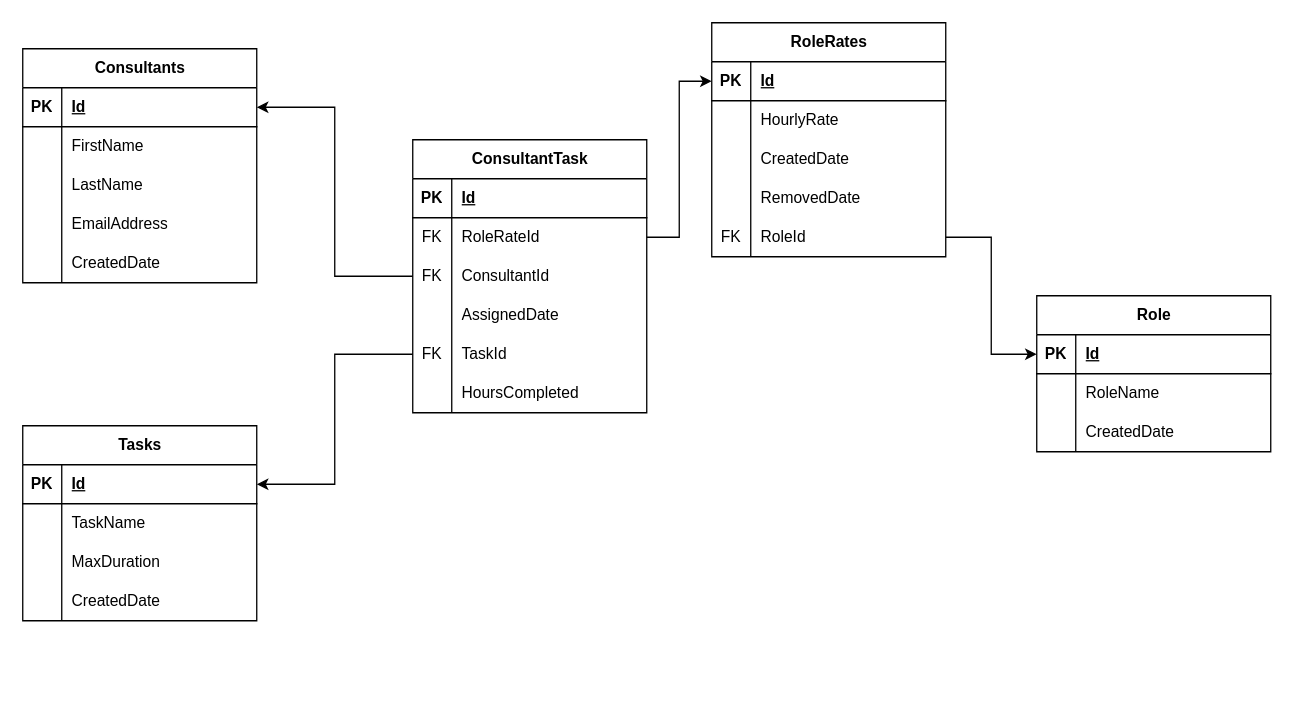
This is src/employee-management/Documentation/Database Schema.drawio from ovayomatiwane/employee-management-system, a draw.io file, before an edit. Source tidied: cells renumbered, new cells numbered last; positions are measured from the earlier drawing's top-left corner, leaving out a move shared by most shapes. Both pictures are drawn from the tidied source at 130%, with x=0, y=0 at pixel (22, 22).
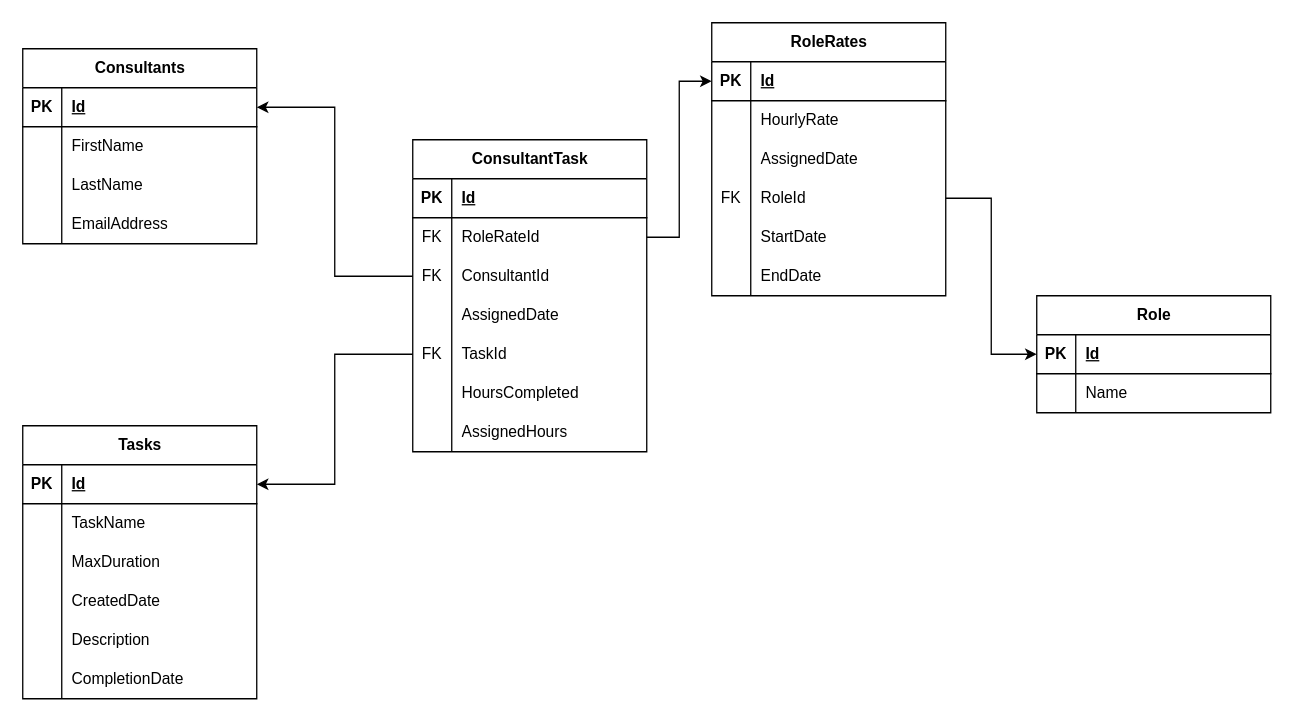
The same diagram, later.

Commit message:
Updated database schema

Unchanged cells that the change refers to:
```xml
<mxCell id="25" style="shape=tableRow;horizontal=0;startSize=0;swimlaneHead=0;swimlaneBody=0;fillColor=none;top=0;left=0;right=0;bottom=0;" parent="18" vertex="1">
  <mxGeometry y="90" width="180" height="30" as="geometry" />
</mxCell>
<mxCell id="73" style="shape=tableRow;horizontal=0;startSize=0;swimlaneHead=0;swimlaneBody=0;fillColor=none;top=0;left=0;right=0;bottom=0;" parent="69" vertex="1">
  <mxGeometry y="60" width="180" height="30" as="geometry" />
</mxCell>
```

The edit, as a diff of the source:
```diff
@@
     <mxCell id="2" value="Consultants" style="shape=table;startSize=30;childLayout=tableLayout;rowLines=0;fontStyle=1;align=center;html=1;" parent="1" vertex="1">
-      <mxGeometry y="20" width="180" height="180" as="geometry" />
+      <mxGeometry y="20" width="180" height="150" as="geometry" />
     </mxCell>
@@
-    <mxCell id="15" style="shape=tableRow;horizontal=0;startSize=0;swimlaneHead=0;swimlaneBody=0;fillColor=none;top=0;left=0;right=0;bottom=0;" parent="2" vertex="1">
-      <mxGeometry y="150" width="180" height="30" as="geometry" />
-    </mxCell>
-    <mxCell id="16" style="shape=partialRectangle;fillColor=none;top=0;left=0;bottom=0;right=0;overflow=hidden;whiteSpace=wrap;html=1;" parent="15" vertex="1">
-      <mxGeometry width="30" height="30" as="geometry" />
-    </mxCell>
-    <mxCell id="17" value="CreatedDate" style="shape=partialRectangle;fillColor=none;top=0;left=0;bottom=0;right=0;align=left;spacingLeft=6;overflow=hidden;whiteSpace=wrap;html=1;" parent="15" vertex="1">
-      <mxGeometry x="30" width="150" height="30" as="geometry" />
-    </mxCell>
     <mxCell id="18" value="RoleRates" style="shape=table;startSize=30;childLayout=tableLayout;rowLines=0;fontStyle=1;align=center;html=1;" parent="1" vertex="1">
-      <mxGeometry x="530" width="180" height="180" as="geometry" />
+      <mxGeometry x="530" width="180" height="210" as="geometry" />
     </mxCell>
@@
-    <mxCell id="27" value="CreatedDate" style="shape=partialRectangle;fillColor=none;top=0;left=0;bottom=0;right=0;align=left;spacingLeft=6;overflow=hidden;whiteSpace=wrap;html=1;" parent="25" vertex="1">
+    <mxCell id="27" value="AssignedDate" style="shape=partialRectangle;fillColor=none;top=0;left=0;bottom=0;right=0;align=left;spacingLeft=6;overflow=hidden;whiteSpace=wrap;html=1;" parent="25" vertex="1">
       <mxGeometry x="30" width="150" height="30" as="geometry" />
     </mxCell>
-    <mxCell id="28" style="shape=tableRow;horizontal=0;startSize=0;swimlaneHead=0;swimlaneBody=0;fillColor=none;top=0;left=0;right=0;bottom=0;" parent="18" vertex="1">
-      <mxGeometry y="120" width="180" height="30" as="geometry" />
-    </mxCell>
-    <mxCell id="29" style="shape=partialRectangle;fillColor=none;top=0;left=0;bottom=0;right=0;overflow=hidden;whiteSpace=wrap;html=1;" parent="28" vertex="1">
-      <mxGeometry width="30" height="30" as="geometry" />
-    </mxCell>
-    <mxCell id="30" value="RemovedDate" style="shape=partialRectangle;fillColor=none;top=0;left=0;bottom=0;right=0;align=left;spacingLeft=6;overflow=hidden;whiteSpace=wrap;html=1;" parent="28" vertex="1">
-      <mxGeometry x="30" width="150" height="30" as="geometry" />
-    </mxCell>
     <mxCell id="31" style="shape=tableRow;horizontal=0;startSize=0;swimlaneHead=0;swimlaneBody=0;fillColor=none;points=[[0,0.5],[1,0.5]];portConstraint=eastwest;top=0;left=0;right=0;bottom=0;" parent="18" vertex="1">
-      <mxGeometry y="150" width="180" height="30" as="geometry" />
+      <mxGeometry y="120" width="180" height="30" as="geometry" />
     </mxCell>
@@
+    <mxCell id="80" style="shape=tableRow;horizontal=0;startSize=0;swimlaneHead=0;swimlaneBody=0;fillColor=none;top=0;left=0;right=0;bottom=0;" parent="18" vertex="1">
+      <mxGeometry y="150" width="180" height="30" as="geometry" />
+    </mxCell>
+    <mxCell id="81" style="shape=partialRectangle;fillColor=none;top=0;left=0;bottom=0;right=0;overflow=hidden;whiteSpace=wrap;html=1;" parent="80" vertex="1">
+      <mxGeometry width="30" height="30" as="geometry" />
+    </mxCell>
+    <mxCell id="82" value="StartDate" style="shape=partialRectangle;fillColor=none;top=0;left=0;bottom=0;right=0;align=left;spacingLeft=6;overflow=hidden;whiteSpace=wrap;html=1;" parent="80" vertex="1">
+      <mxGeometry x="30" width="150" height="30" as="geometry" />
+    </mxCell>
+    <mxCell id="83" style="shape=tableRow;horizontal=0;startSize=0;swimlaneHead=0;swimlaneBody=0;fillColor=none;top=0;left=0;right=0;bottom=0;" parent="18" vertex="1">
+      <mxGeometry y="180" width="180" height="30" as="geometry" />
+    </mxCell>
+    <mxCell id="84" style="shape=partialRectangle;fillColor=none;top=0;left=0;bottom=0;right=0;overflow=hidden;whiteSpace=wrap;html=1;" parent="83" vertex="1">
+      <mxGeometry width="30" height="30" as="geometry" />
+    </mxCell>
+    <mxCell id="85" value="EndDate" style="shape=partialRectangle;fillColor=none;top=0;left=0;bottom=0;right=0;align=left;spacingLeft=6;overflow=hidden;whiteSpace=wrap;html=1;" parent="83" vertex="1">
+      <mxGeometry x="30" width="150" height="30" as="geometry" />
+    </mxCell>
     <mxCell id="34" value="Consultant&lt;span style=&quot;background-color: transparent; color: light-dark(rgb(0, 0, 0), rgb(255, 255, 255));&quot;&gt;Task&lt;/span&gt;" style="shape=table;startSize=30;childLayout=tableLayout;rowLines=0;fontStyle=1;align=center;html=1;" parent="1" vertex="1">
-      <mxGeometry x="300" y="90" width="180" height="210" as="geometry" />
+      <mxGeometry x="300" y="90" width="180" height="240" as="geometry" />
     </mxCell>
@@
+    <mxCell id="86" style="shape=tableRow;horizontal=0;startSize=0;swimlaneHead=0;swimlaneBody=0;fillColor=none;top=0;left=0;right=0;bottom=0;" parent="34" vertex="1">
+      <mxGeometry y="210" width="180" height="30" as="geometry" />
+    </mxCell>
+    <mxCell id="87" style="shape=partialRectangle;fillColor=none;top=0;left=0;bottom=0;right=0;overflow=hidden;whiteSpace=wrap;html=1;" parent="86" vertex="1">
+      <mxGeometry width="30" height="30" as="geometry" />
+    </mxCell>
+    <mxCell id="88" value="AssignedHours" style="shape=partialRectangle;fillColor=none;top=0;left=0;bottom=0;right=0;align=left;spacingLeft=6;overflow=hidden;whiteSpace=wrap;html=1;" parent="86" vertex="1">
+      <mxGeometry x="30" width="150" height="30" as="geometry" />
+    </mxCell>
@@
     <mxCell id="55" value="Tasks" style="shape=table;startSize=30;childLayout=tableLayout;rowLines=0;fontStyle=1;align=center;html=1;" parent="1" vertex="1">
-      <mxGeometry y="310" width="180" height="150" as="geometry" />
+      <mxGeometry y="310" width="180" height="210" as="geometry" />
     </mxCell>
@@
+    <mxCell id="89" style="shape=tableRow;horizontal=0;startSize=0;swimlaneHead=0;swimlaneBody=0;fillColor=none;top=0;left=0;right=0;bottom=0;" parent="55" vertex="1">
+      <mxGeometry y="150" width="180" height="30" as="geometry" />
+    </mxCell>
+    <mxCell id="90" style="shape=partialRectangle;fillColor=none;top=0;left=0;bottom=0;right=0;overflow=hidden;whiteSpace=wrap;html=1;" parent="89" vertex="1">
+      <mxGeometry width="30" height="30" as="geometry" />
+    </mxCell>
+    <mxCell id="91" value="Description" style="shape=partialRectangle;fillColor=none;top=0;left=0;bottom=0;right=0;align=left;spacingLeft=6;overflow=hidden;whiteSpace=wrap;html=1;" parent="89" vertex="1">
+      <mxGeometry x="30" width="150" height="30" as="geometry" />
+    </mxCell>
+    <mxCell id="92" style="shape=tableRow;horizontal=0;startSize=0;swimlaneHead=0;swimlaneBody=0;fillColor=none;top=0;left=0;right=0;bottom=0;" parent="55" vertex="1">
+      <mxGeometry y="180" width="180" height="30" as="geometry" />
+    </mxCell>
+    <mxCell id="93" style="shape=partialRectangle;fillColor=none;top=0;left=0;bottom=0;right=0;overflow=hidden;whiteSpace=wrap;html=1;" parent="92" vertex="1">
+      <mxGeometry width="30" height="30" as="geometry" />
+    </mxCell>
+    <mxCell id="94" value="CompletionDate" style="shape=partialRectangle;fillColor=none;top=0;left=0;bottom=0;right=0;align=left;spacingLeft=6;overflow=hidden;whiteSpace=wrap;html=1;" parent="92" vertex="1">
+      <mxGeometry x="30" width="150" height="30" as="geometry" />
+    </mxCell>
@@
     <mxCell id="69" value="Role" style="shape=table;startSize=30;childLayout=tableLayout;rowLines=0;fontStyle=1;align=center;html=1;" parent="1" vertex="1">
-      <mxGeometry x="780" y="210" width="180" height="120" as="geometry" />
+      <mxGeometry x="780" y="210" width="180" height="90" as="geometry" />
     </mxCell>
@@
-    <mxCell id="75" value="RoleName" style="shape=partialRectangle;fillColor=none;top=0;left=0;bottom=0;right=0;align=left;spacingLeft=6;overflow=hidden;whiteSpace=wrap;html=1;" parent="73" vertex="1">
+    <mxCell id="75" value="Name" style="shape=partialRectangle;fillColor=none;top=0;left=0;bottom=0;right=0;align=left;spacingLeft=6;overflow=hidden;whiteSpace=wrap;html=1;" parent="73" vertex="1">
       <mxGeometry x="30" width="150" height="30" as="geometry" />
     </mxCell>
-    <mxCell id="76" style="shape=tableRow;horizontal=0;startSize=0;swimlaneHead=0;swimlaneBody=0;fillColor=none;top=0;left=0;right=0;bottom=0;" parent="69" vertex="1">
-      <mxGeometry y="90" width="180" height="30" as="geometry" />
-    </mxCell>
-    <mxCell id="77" style="shape=partialRectangle;fillColor=none;top=0;left=0;bottom=0;right=0;overflow=hidden;whiteSpace=wrap;html=1;" parent="76" vertex="1">
-      <mxGeometry width="30" height="30" as="geometry" />
-    </mxCell>
-    <mxCell id="78" value="CreatedDate" style="shape=partialRectangle;fillColor=none;top=0;left=0;bottom=0;right=0;align=left;spacingLeft=6;overflow=hidden;whiteSpace=wrap;html=1;" parent="76" vertex="1">
-      <mxGeometry x="30" width="150" height="30" as="geometry" />
-    </mxCell>
```
